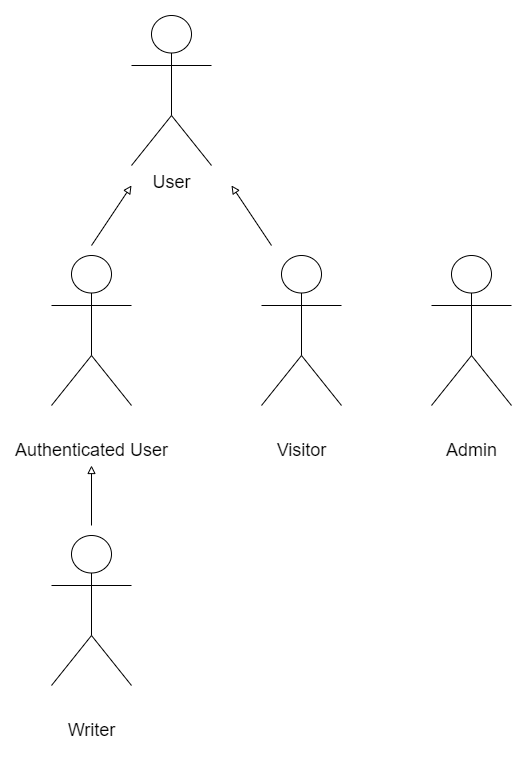
This is img/actors.png from claramoreirag/FEUP-LBAW, a draw.io export, as it was before one commit. Source tidied: cells renumbered, new cells last; positions are measured from the earlier drawing's top-left corner, leaving out a move shared by most shapes. Source of this version:
```xml
<mxGraphModel>
  <root>
    <mxCell id="0" />
    <mxCell id="1" parent="0" />
    <mxCell id="2" value="&lt;font style=&quot;font-size: 18px&quot;&gt;User&lt;/font&gt;" style="shape=umlActor;verticalLabelPosition=bottom;verticalAlign=top;html=1;" parent="1" vertex="1">
      <mxGeometry x="80" width="80" height="150" as="geometry" />
    </mxCell>
    <mxCell id="3" value="&lt;font style=&quot;font-size: 18px&quot;&gt;Authenticated User&lt;/font&gt;" style="shape=umlActor;verticalLabelPosition=bottom;verticalAlign=top;html=1;fontFamily=Helvetica;fontStyle=0;fontSize=47;" parent="1" vertex="1">
      <mxGeometry y="240" width="80" height="150" as="geometry" />
    </mxCell>
    <mxCell id="4" style="endArrow=block;html=1;endFill=0;" parent="1" edge="1">
      <mxGeometry relative="1" as="geometry">
        <mxPoint x="40" y="230" as="sourcePoint" />
        <mxPoint x="80" y="170" as="targetPoint" />
      </mxGeometry>
    </mxCell>
    <mxCell id="5" value="&lt;font style=&quot;font-size: 18px&quot;&gt;Admin&lt;/font&gt;" style="shape=umlActor;verticalLabelPosition=bottom;verticalAlign=top;html=1;fontFamily=Helvetica;fontStyle=0;fontSize=47;" parent="1" vertex="1">
      <mxGeometry x="380" y="240" width="80" height="150" as="geometry" />
    </mxCell>
    <mxCell id="6" value="&lt;font style=&quot;font-size: 18px&quot;&gt;Visitor&lt;/font&gt;" style="shape=umlActor;verticalLabelPosition=bottom;verticalAlign=top;html=1;fontFamily=Helvetica;fontStyle=0;fontSize=47;" parent="1" vertex="1">
      <mxGeometry x="210" y="240" width="80" height="150" as="geometry" />
    </mxCell>
    <mxCell id="7" value="&lt;font style=&quot;font-size: 18px&quot;&gt;Writer&lt;/font&gt;" style="shape=umlActor;verticalLabelPosition=bottom;verticalAlign=top;html=1;fontFamily=Helvetica;fontStyle=0;fontSize=47;" parent="1" vertex="1">
      <mxGeometry y="520" width="80" height="150" as="geometry" />
    </mxCell>
    <mxCell id="8" style="endArrow=block;html=1;endFill=0;" parent="1" edge="1">
      <mxGeometry relative="1" as="geometry">
        <mxPoint x="220" y="230" as="sourcePoint" />
        <mxPoint x="180" y="170" as="targetPoint" />
      </mxGeometry>
    </mxCell>
    <mxCell id="9" style="endArrow=block;html=1;endFill=0;strokeWidth=1;" parent="1" edge="1">
      <mxGeometry relative="1" as="geometry">
        <mxPoint x="40" y="510" as="sourcePoint" />
        <mxPoint x="40" y="450" as="targetPoint" />
      </mxGeometry>
    </mxCell>
  </root>
</mxGraphModel>
```
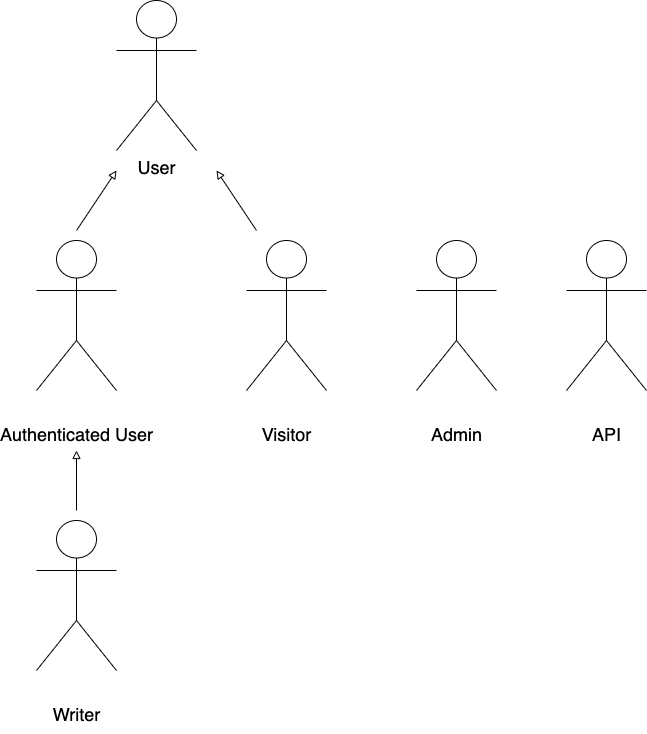
Later version of the same file.

The edit, as a diff of the source:
```diff
@@ -35,5 +35,8 @@
         <mxPoint x="40" y="450" as="targetPoint" />
       </mxGeometry>
     </mxCell>
+    <mxCell id="10" value="&lt;font style=&quot;font-size: 18px&quot;&gt;API&lt;/font&gt;" style="shape=umlActor;verticalLabelPosition=bottom;verticalAlign=top;html=1;fontFamily=Helvetica;fontStyle=0;fontSize=47;" parent="1" vertex="1">
+      <mxGeometry x="530" y="240" width="80" height="150" as="geometry" />
+    </mxCell>
   </root>
 </mxGraphModel>
```
